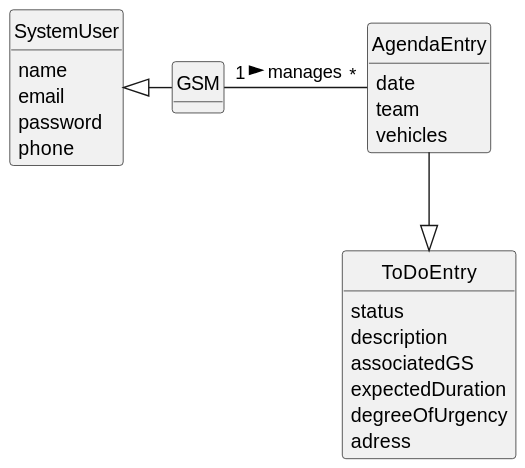
Before: docs/sprintC/us024/02.analysis/svg/us024-domain-model.svg, a diagram exported from PlantUML (Departamento-de-Engenharia-Informatica/lei-24-s2-1do-g164). Its diagram source:
```plantuml
@startuml
skinparam monochrome true
skinparam packageStyle rectangle
skinparam shadowing false



skinparam classAttributeIconSize 0

hide circle
hide methods


class SystemUser {
    name
    email
    password
    phone

}
class GSM {

}

class AgendaEntry {
    date
    team
    vehicles
}

class ToDoEntry {
        status
        description
        associatedGS
        expectedDuration
        degreeOfUrgency
        adress


}

GSM "1" - "*" AgendaEntry : manages >
SystemUser <|- GSM
AgendaEntry --|> ToDoEntry
@enduml
```
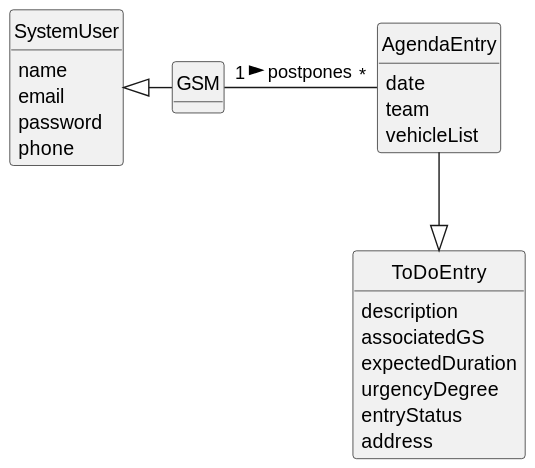
The same diagram one commit later.

What changed in the source:
```diff
@@ -25,21 +25,20 @@
 class AgendaEntry {
     date
     team
-    vehicles
+    vehicleList
 }
 
 class ToDoEntry {
-        status
         description
         associatedGS
         expectedDuration
-        degreeOfUrgency
-        adress
-
+        urgencyDegree
+        entryStatus
+        address
 
 }
 
-GSM "1" - "*" AgendaEntry : manages >
+GSM "1" - "*" AgendaEntry : postpones >
 SystemUser <|- GSM
 AgendaEntry --|> ToDoEntry
 @enduml
```
